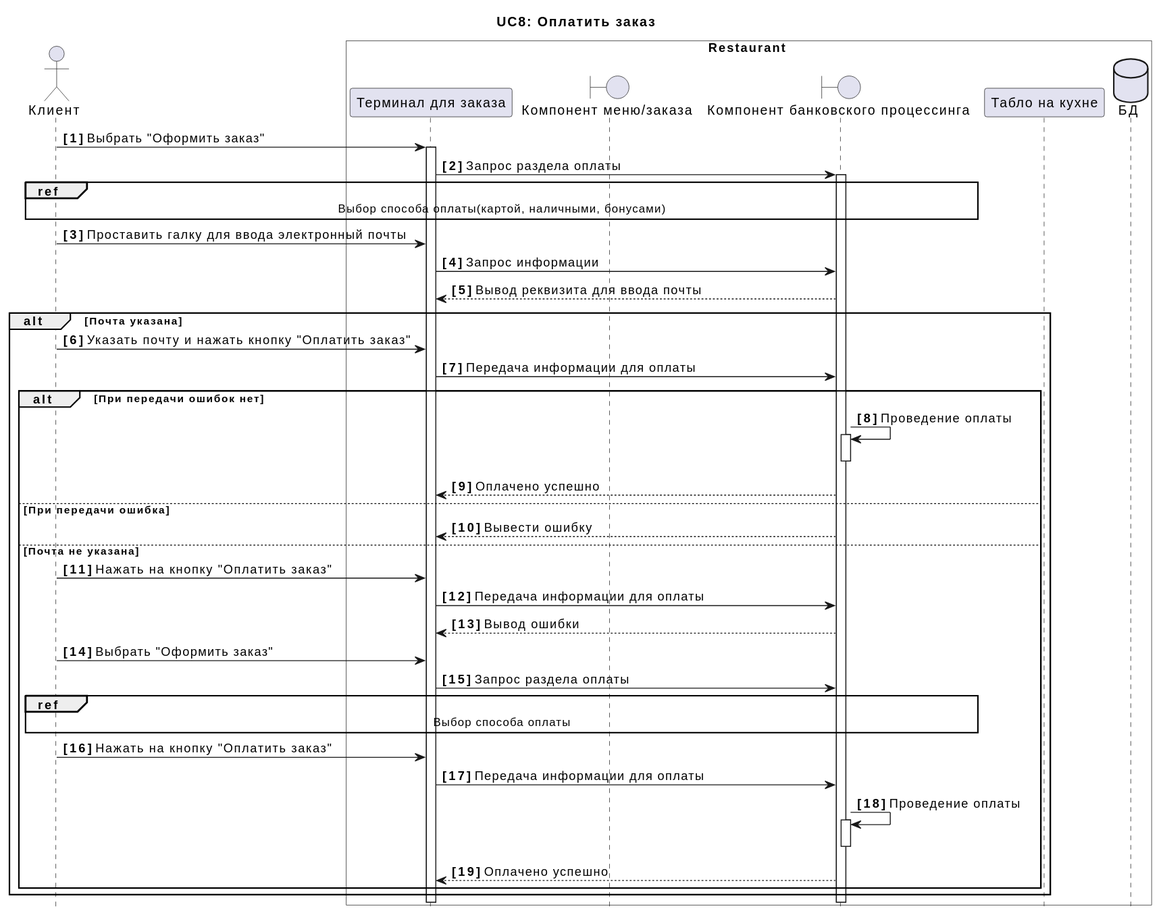
Above: docs/diagrams/include/UC8.svg in xxx996/OTUS_Restaraunt (PlantUML), before the change.
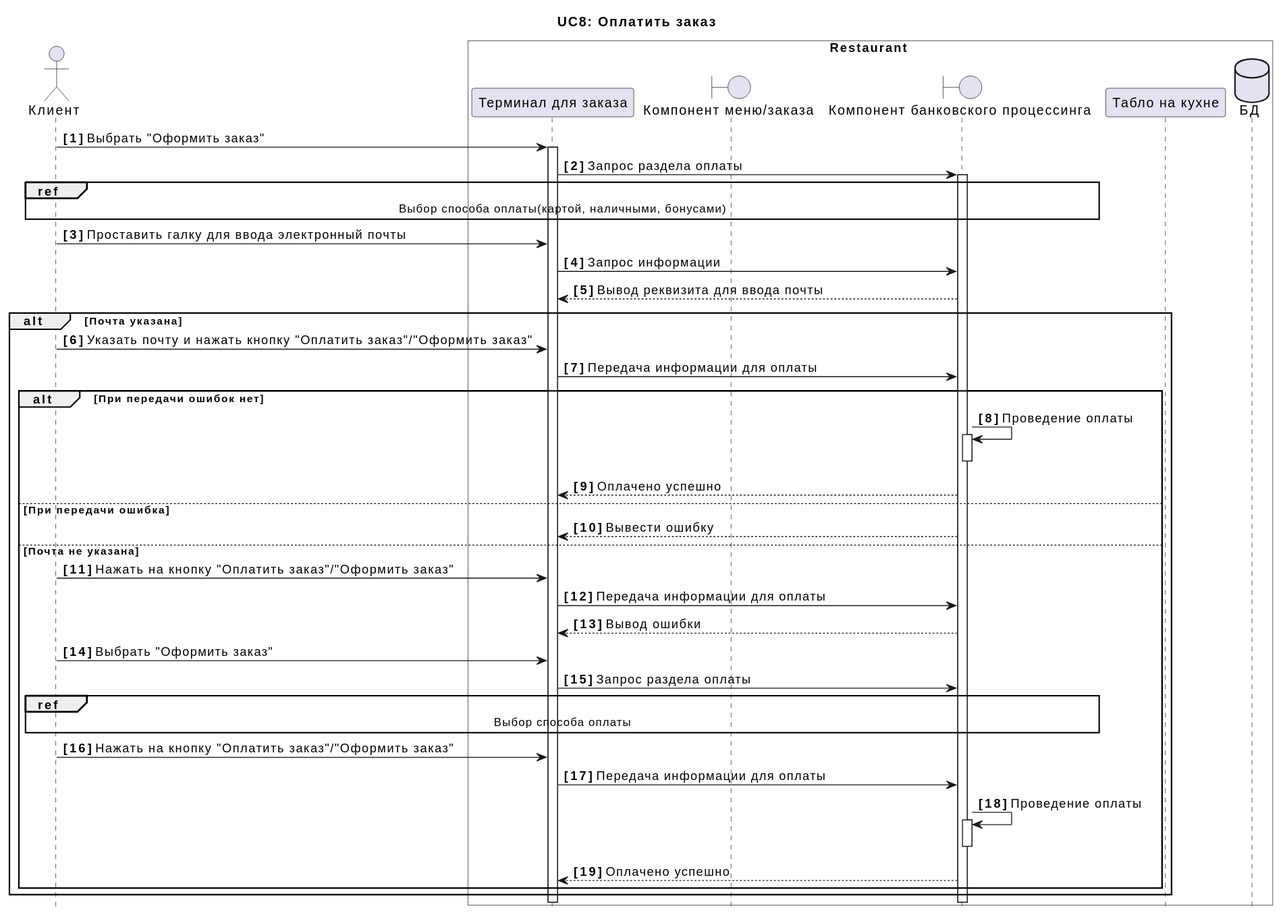
After the commit.

Change to the diagram source:
```diff
@@ -22,7 +22,7 @@
 
 alt Почта указана
 
-C -> A:  Указать почту и нажать кнопку "Оплатить заказ"
+C -> A:  Указать почту и нажать кнопку "Оплатить заказ"/"Оформить заказ"
 
 
 A -> B:  Передача информации для оплаты
@@ -40,7 +40,7 @@
 
 else Почта не указана
 
-C -> A: Нажать на кнопку "Оплатить заказ"
+C -> A: Нажать на кнопку "Оплатить заказ"/"Оформить заказ"
 A -> B:  Передача информации для оплаты
 A <-- B:  Вывод ошибки
 
@@ -48,7 +48,7 @@
 
 A -> B:  Запрос раздела оплаты
 ref over C, B:  Выбор способа оплаты
-C -> A: Нажать на кнопку "Оплатить заказ"
+C -> A: Нажать на кнопку "Оплатить заказ"/"Оформить заказ"
 A -> B:  Передача информации для оплаты
 B -> B++:  Проведение оплаты
 B--
```
